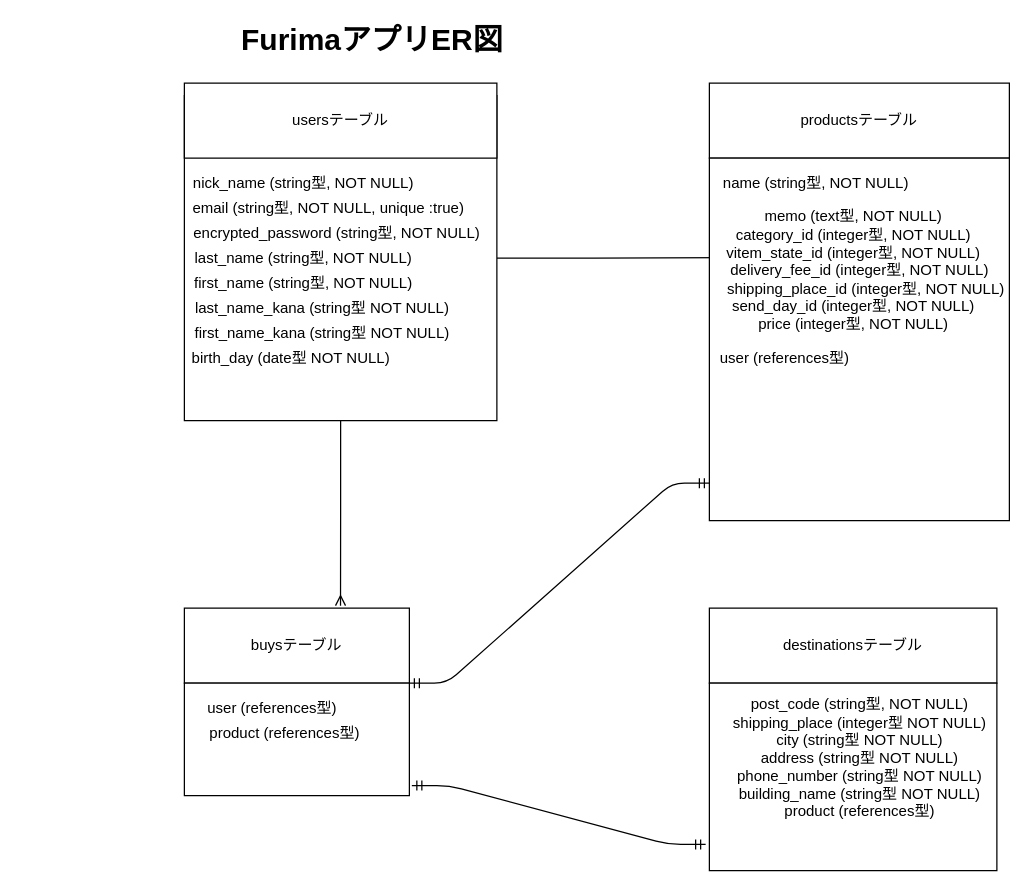
The draw.io diagram furima.dio in yukesu26/furima-33080, before the edit. Source tidied: cells renumbered, new cells numbered last; positions are measured from the earlier drawing's top-left corner, leaving out a move shared by most shapes. Both pictures are drawn from the tidied source at 125%, with x=0, y=0 at pixel (21, 32).
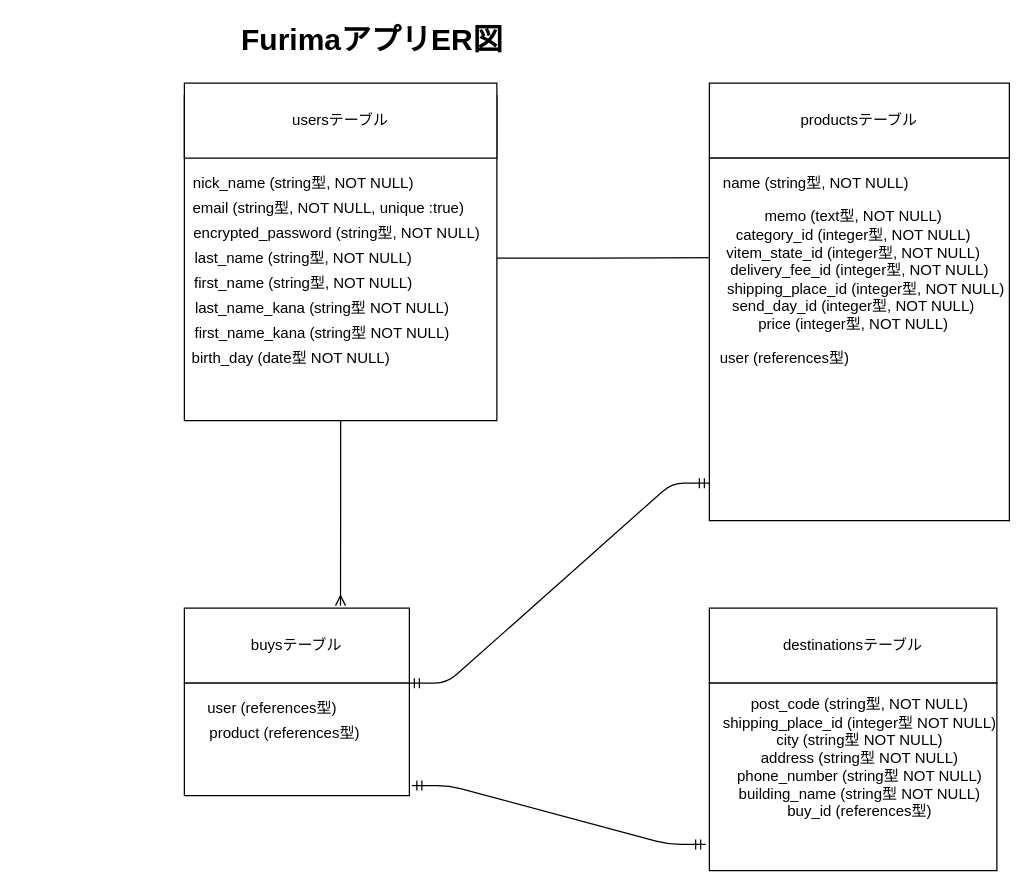
The same diagram, later.

The edit, as a diff of the source:
```diff
@@
-    <mxCell id="22" value="post_code (string型, NOT NULL)&lt;br&gt;shipping_place (integer型 NOT NULL)&lt;br&gt;city (string型 NOT NULL)&lt;br&gt;address (string型 NOT NULL)&lt;br&gt;phone_number (string型 NOT NULL)&lt;br&gt;building_name (string型 NOT NULL)&lt;br&gt;product (references型)" style="text;html=1;align=center;verticalAlign=middle;" parent="1" vertex="1">
-      <mxGeometry x="560" y="530" width="220" height="100" as="geometry" />
+    <mxCell id="22" value="post_code (string型, NOT NULL)&lt;br&gt;shipping_place_id (integer型 NOT NULL)&lt;br&gt;city (string型 NOT NULL)&lt;br&gt;address (string型 NOT NULL)&lt;br&gt;phone_number (string型 NOT NULL)&lt;br&gt;building_name (string型 NOT NULL)&lt;br&gt;buy_id (references型)" style="text;html=1;align=center;verticalAlign=middle;" parent="1" vertex="1">
+      <mxGeometry x="555" y="530" width="230" height="100" as="geometry" />
     </mxCell>
```
